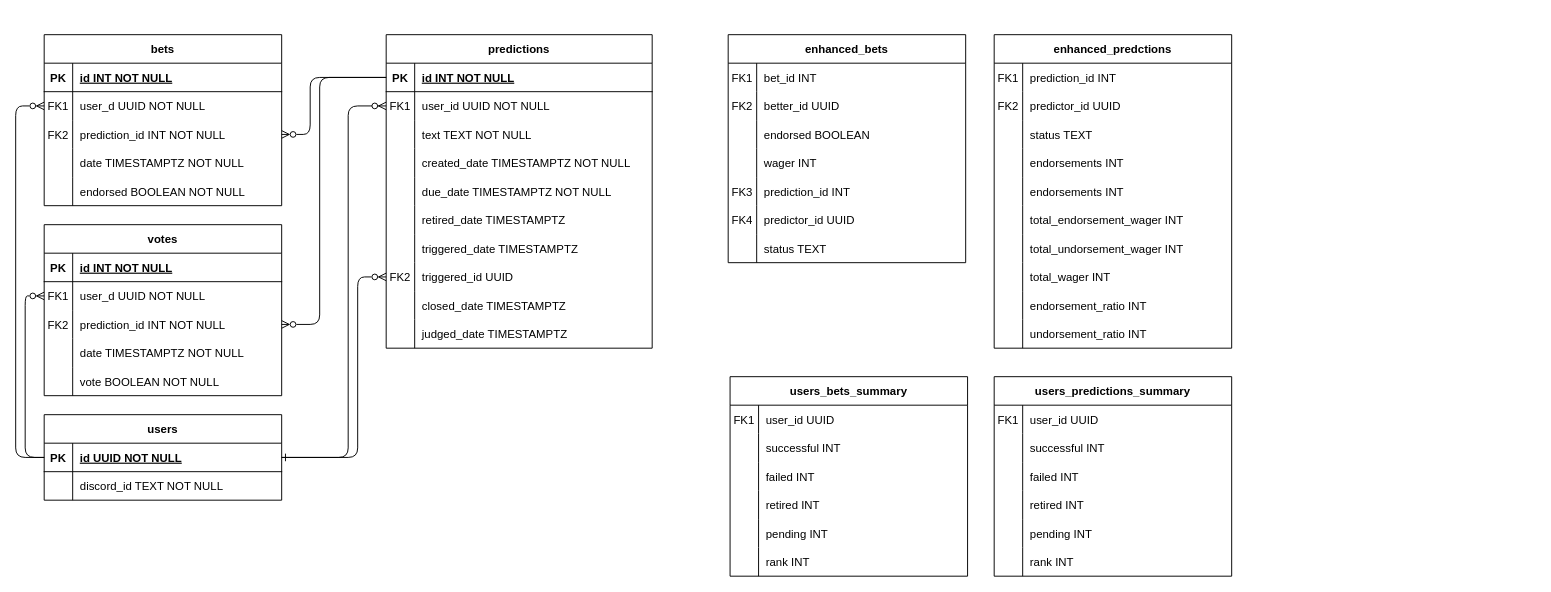
Earlier version of the draw.io diagram docs/erd.drawio (Off-Nominal/ndb2). Source tidied: cells renumbered, new cells numbered last; positions are measured from the earlier drawing's top-left corner, leaving out a move shared by most shapes. Both pictures are drawn from the tidied source at 95%, with x=0, y=0 at pixel (15, 34).
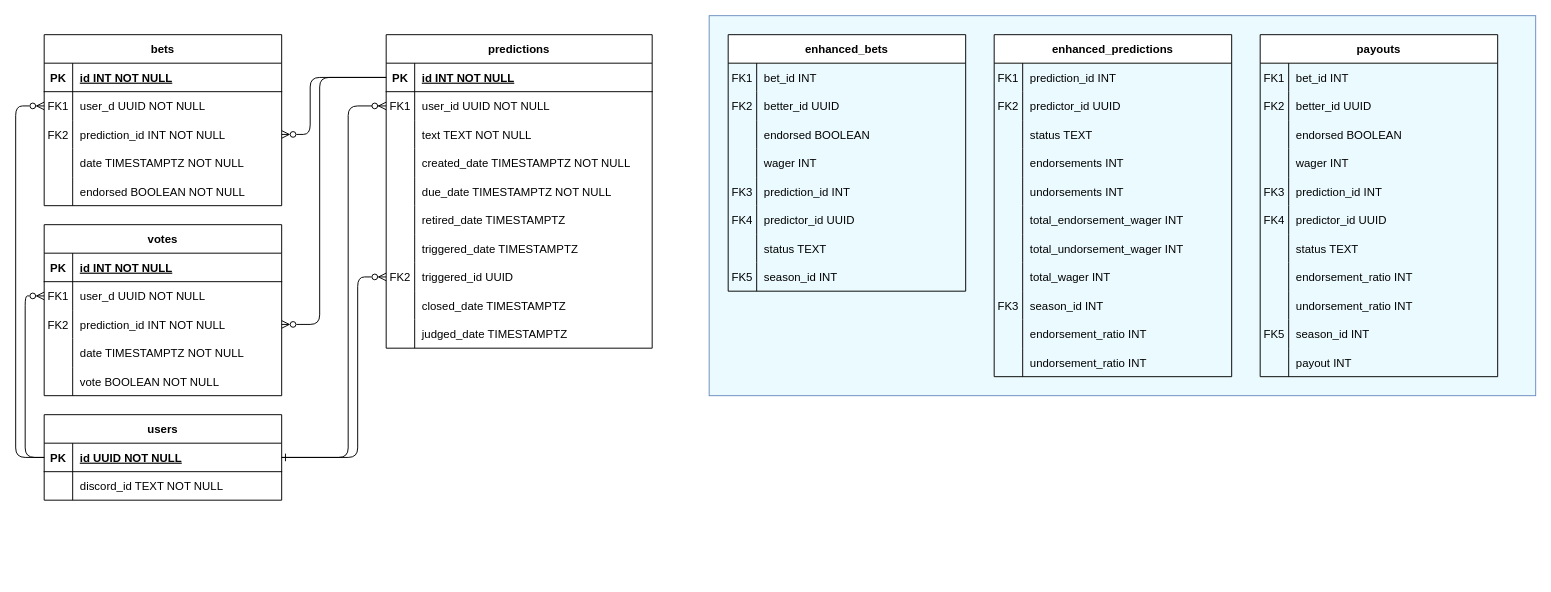
The same page after the edit.

Unchanged cells that the change refers to:
```xml
<mxCell id="113" style="shape=partialRectangle;fillColor=none;top=0;left=0;right=0;bottom=0;" parent="100" vertex="1">
  <mxGeometry y="150" width="250" height="30" as="geometry" />
</mxCell>
```

Diff of the diagram source:
```diff
@@
+    <mxCell id="169" style="rounded=0;whiteSpace=wrap;html=1;fillColor=#EBFAFF;strokeColor=#6c8ebf;" parent="1" vertex="1">
+      <mxGeometry x="730" y="-20" width="870" height="400" as="geometry" />
+    </mxCell>
@@
-    <mxCell id="78" value="enhanced_bets" style="shape=table;startSize=30;childLayout=tableLayout;rowLines=0;fontStyle=1;align=center;" parent="1" vertex="1">
-      <mxGeometry x="750" width="250" height="240" as="geometry" />
+    <mxCell id="78" value="enhanced_bets" style="shape=table;startSize=30;childLayout=tableLayout;rowLines=0;fontStyle=1;align=center;swimlaneLine=1;shadow=0;rounded=0;" parent="1" vertex="1">
+      <mxGeometry x="750" width="250" height="270" as="geometry" />
     </mxCell>
@@
+    <mxCell id="170" style="shape=partialRectangle;fillColor=none;top=0;left=0;right=0;bottom=0;" parent="78" vertex="1">
+      <mxGeometry y="240" width="250" height="30" as="geometry" />
+    </mxCell>
+    <mxCell id="171" value="FK5" style="shape=partialRectangle;overflow=hidden;fillColor=none;top=0;left=0;bottom=0;right=0;" parent="170" vertex="1">
+      <mxGeometry width="30" height="30" as="geometry" />
+    </mxCell>
+    <mxCell id="172" value="season_id INT" style="shape=partialRectangle;overflow=hidden;fillColor=none;top=0;left=0;bottom=0;right=0;align=left;spacingLeft=6;" parent="170" vertex="1">
+      <mxGeometry x="30" width="220" height="30" as="geometry" />
+    </mxCell>
-    <mxCell id="100" value="enhanced_predctions" style="shape=table;startSize=30;childLayout=tableLayout;rowLines=0;fontStyle=1;align=center;" parent="1" vertex="1">
-      <mxGeometry x="1030" width="250" height="330" as="geometry" />
+    <mxCell id="100" value="enhanced_predictions" style="shape=table;startSize=30;childLayout=tableLayout;rowLines=0;fontStyle=1;align=center;swimlaneLine=1;shadow=0;rounded=0;" parent="1" vertex="1">
+      <mxGeometry x="1030" width="250" height="360" as="geometry" />
     </mxCell>
@@
-    <mxCell id="115" value="endorsements INT" style="shape=partialRectangle;overflow=hidden;fillColor=none;top=0;left=0;bottom=0;right=0;align=left;spacingLeft=6;" parent="113" vertex="1">
+    <mxCell id="115" value="undorsements INT" style="shape=partialRectangle;overflow=hidden;fillColor=none;top=0;left=0;bottom=0;right=0;align=left;spacingLeft=6;" parent="113" vertex="1">
       <mxGeometry x="30" width="220" height="30" as="geometry" />
     </mxCell>
@@
+    <mxCell id="173" style="shape=partialRectangle;fillColor=none;top=0;left=0;right=0;bottom=0;" parent="100" vertex="1">
+      <mxGeometry y="270" width="250" height="30" as="geometry" />
+    </mxCell>
+    <mxCell id="174" value="FK3" style="shape=partialRectangle;overflow=hidden;fillColor=none;top=0;left=0;bottom=0;right=0;" parent="173" vertex="1">
+      <mxGeometry width="30" height="30" as="geometry" />
+    </mxCell>
+    <mxCell id="175" value="season_id INT" style="shape=partialRectangle;overflow=hidden;fillColor=none;top=0;left=0;bottom=0;right=0;align=left;spacingLeft=6;" parent="173" vertex="1">
+      <mxGeometry x="30" width="220" height="30" as="geometry" />
+    </mxCell>
     <mxCell id="125" style="shape=partialRectangle;fillColor=none;top=0;left=0;right=0;bottom=0;" parent="100" vertex="1">
-      <mxGeometry y="270" width="250" height="30" as="geometry" />
+      <mxGeometry y="300" width="250" height="30" as="geometry" />
     </mxCell>
@@
     <mxCell id="128" style="shape=partialRectangle;fillColor=none;top=0;left=0;right=0;bottom=0;" parent="100" vertex="1">
-      <mxGeometry y="300" width="250" height="30" as="geometry" />
+      <mxGeometry y="330" width="250" height="30" as="geometry" />
     </mxCell>
@@
-    <mxCell id="131" value="users_predictions_summary" style="shape=table;startSize=30;childLayout=tableLayout;rowLines=0;fontStyle=1;align=center;" parent="1" vertex="1">
-      <mxGeometry x="1030" y="360" width="250" height="210" as="geometry" />
-    </mxCell>
-    <mxCell id="132" style="shape=partialRectangle;fillColor=none;top=0;left=0;right=0;bottom=0;" parent="131" vertex="1">
-      <mxGeometry y="30" width="250" height="30" as="geometry" />
-    </mxCell>
-    <mxCell id="133" value="FK1" style="shape=partialRectangle;overflow=hidden;fillColor=none;top=0;left=0;bottom=0;right=0;" parent="132" vertex="1">
-      <mxGeometry width="30" height="30" as="geometry" />
-    </mxCell>
-    <mxCell id="134" value="user_id UUID" style="shape=partialRectangle;overflow=hidden;fillColor=none;top=0;left=0;bottom=0;right=0;align=left;spacingLeft=6;" parent="132" vertex="1">
-      <mxGeometry x="30" width="220" height="30" as="geometry" />
-    </mxCell>
-    <mxCell id="135" style="shape=partialRectangle;fillColor=none;top=0;left=0;right=0;bottom=0;" parent="131" vertex="1">
-      <mxGeometry y="60" width="250" height="30" as="geometry" />
-    </mxCell>
-    <mxCell id="136" style="shape=partialRectangle;overflow=hidden;fillColor=none;top=0;left=0;bottom=0;right=0;" parent="135" vertex="1">
-      <mxGeometry width="30" height="30" as="geometry" />
-    </mxCell>
-    <mxCell id="137" value="successful INT" style="shape=partialRectangle;overflow=hidden;fillColor=none;top=0;left=0;bottom=0;right=0;align=left;spacingLeft=6;" parent="135" vertex="1">
-      <mxGeometry x="30" width="220" height="30" as="geometry" />
-    </mxCell>
-    <mxCell id="138" style="shape=partialRectangle;fillColor=none;top=0;left=0;right=0;bottom=0;" parent="131" vertex="1">
-      <mxGeometry y="90" width="250" height="30" as="geometry" />
-    </mxCell>
-    <mxCell id="139" style="shape=partialRectangle;overflow=hidden;fillColor=none;top=0;left=0;bottom=0;right=0;" parent="138" vertex="1">
-      <mxGeometry width="30" height="30" as="geometry" />
-    </mxCell>
-    <mxCell id="140" value="failed INT" style="shape=partialRectangle;overflow=hidden;fillColor=none;top=0;left=0;bottom=0;right=0;align=left;spacingLeft=6;" parent="138" vertex="1">
-      <mxGeometry x="30" width="220" height="30" as="geometry" />
-    </mxCell>
-    <mxCell id="141" style="shape=partialRectangle;fillColor=none;top=0;left=0;right=0;bottom=0;" parent="131" vertex="1">
-      <mxGeometry y="120" width="250" height="30" as="geometry" />
-    </mxCell>
-    <mxCell id="142" style="shape=partialRectangle;overflow=hidden;fillColor=none;top=0;left=0;bottom=0;right=0;" parent="141" vertex="1">
-      <mxGeometry width="30" height="30" as="geometry" />
-    </mxCell>
-    <mxCell id="143" value="retired INT" style="shape=partialRectangle;overflow=hidden;fillColor=none;top=0;left=0;bottom=0;right=0;align=left;spacingLeft=6;" parent="141" vertex="1">
-      <mxGeometry x="30" width="220" height="30" as="geometry" />
-    </mxCell>
-    <mxCell id="144" style="shape=partialRectangle;fillColor=none;top=0;left=0;right=0;bottom=0;" parent="131" vertex="1">
-      <mxGeometry y="150" width="250" height="30" as="geometry" />
-    </mxCell>
-    <mxCell id="145" style="shape=partialRectangle;overflow=hidden;fillColor=none;top=0;left=0;bottom=0;right=0;" parent="144" vertex="1">
-      <mxGeometry width="30" height="30" as="geometry" />
-    </mxCell>
-    <mxCell id="146" value="pending INT" style="shape=partialRectangle;overflow=hidden;fillColor=none;top=0;left=0;bottom=0;right=0;align=left;spacingLeft=6;" parent="144" vertex="1">
-      <mxGeometry x="30" width="220" height="30" as="geometry" />
-    </mxCell>
-    <mxCell id="147" style="shape=partialRectangle;fillColor=none;top=0;left=0;right=0;bottom=0;" parent="131" vertex="1">
-      <mxGeometry y="180" width="250" height="30" as="geometry" />
-    </mxCell>
-    <mxCell id="148" style="shape=partialRectangle;overflow=hidden;fillColor=none;top=0;left=0;bottom=0;right=0;" parent="147" vertex="1">
-      <mxGeometry width="30" height="30" as="geometry" />
-    </mxCell>
-    <mxCell id="149" value="rank INT" style="shape=partialRectangle;overflow=hidden;fillColor=none;top=0;left=0;bottom=0;right=0;align=left;spacingLeft=6;" parent="147" vertex="1">
-      <mxGeometry x="30" width="220" height="30" as="geometry" />
-    </mxCell>
-    <mxCell id="150" value="users_bets_summary" style="shape=table;startSize=30;childLayout=tableLayout;rowLines=0;fontStyle=1;align=center;" parent="1" vertex="1">
-      <mxGeometry x="752" y="360" width="250" height="210" as="geometry" />
-    </mxCell>
-    <mxCell id="151" style="shape=partialRectangle;fillColor=none;top=0;left=0;right=0;bottom=0;" parent="150" vertex="1">
-      <mxGeometry y="30" width="250" height="30" as="geometry" />
-    </mxCell>
-    <mxCell id="152" value="FK1" style="shape=partialRectangle;overflow=hidden;fillColor=none;top=0;left=0;bottom=0;right=0;" parent="151" vertex="1">
-      <mxGeometry width="30" height="30" as="geometry" />
-    </mxCell>
-    <mxCell id="153" value="user_id UUID" style="shape=partialRectangle;overflow=hidden;fillColor=none;top=0;left=0;bottom=0;right=0;align=left;spacingLeft=6;" parent="151" vertex="1">
-      <mxGeometry x="30" width="220" height="30" as="geometry" />
-    </mxCell>
-    <mxCell id="154" style="shape=partialRectangle;fillColor=none;top=0;left=0;right=0;bottom=0;" parent="150" vertex="1">
-      <mxGeometry y="60" width="250" height="30" as="geometry" />
-    </mxCell>
-    <mxCell id="155" style="shape=partialRectangle;overflow=hidden;fillColor=none;top=0;left=0;bottom=0;right=0;" parent="154" vertex="1">
-      <mxGeometry width="30" height="30" as="geometry" />
-    </mxCell>
-    <mxCell id="156" value="successful INT" style="shape=partialRectangle;overflow=hidden;fillColor=none;top=0;left=0;bottom=0;right=0;align=left;spacingLeft=6;" parent="154" vertex="1">
-      <mxGeometry x="30" width="220" height="30" as="geometry" />
-    </mxCell>
-    <mxCell id="157" style="shape=partialRectangle;fillColor=none;top=0;left=0;right=0;bottom=0;" parent="150" vertex="1">
-      <mxGeometry y="90" width="250" height="30" as="geometry" />
-    </mxCell>
-    <mxCell id="158" style="shape=partialRectangle;overflow=hidden;fillColor=none;top=0;left=0;bottom=0;right=0;" parent="157" vertex="1">
-      <mxGeometry width="30" height="30" as="geometry" />
-    </mxCell>
-    <mxCell id="159" value="failed INT" style="shape=partialRectangle;overflow=hidden;fillColor=none;top=0;left=0;bottom=0;right=0;align=left;spacingLeft=6;" parent="157" vertex="1">
-      <mxGeometry x="30" width="220" height="30" as="geometry" />
-    </mxCell>
-    <mxCell id="160" style="shape=partialRectangle;fillColor=none;top=0;left=0;right=0;bottom=0;" parent="150" vertex="1">
-      <mxGeometry y="120" width="250" height="30" as="geometry" />
-    </mxCell>
-    <mxCell id="161" style="shape=partialRectangle;overflow=hidden;fillColor=none;top=0;left=0;bottom=0;right=0;" parent="160" vertex="1">
-      <mxGeometry width="30" height="30" as="geometry" />
-    </mxCell>
-    <mxCell id="162" value="retired INT" style="shape=partialRectangle;overflow=hidden;fillColor=none;top=0;left=0;bottom=0;right=0;align=left;spacingLeft=6;" parent="160" vertex="1">
-      <mxGeometry x="30" width="220" height="30" as="geometry" />
-    </mxCell>
-    <mxCell id="163" style="shape=partialRectangle;fillColor=none;top=0;left=0;right=0;bottom=0;" parent="150" vertex="1">
-      <mxGeometry y="150" width="250" height="30" as="geometry" />
-    </mxCell>
-    <mxCell id="164" style="shape=partialRectangle;overflow=hidden;fillColor=none;top=0;left=0;bottom=0;right=0;" parent="163" vertex="1">
-      <mxGeometry width="30" height="30" as="geometry" />
-    </mxCell>
-    <mxCell id="165" value="pending INT" style="shape=partialRectangle;overflow=hidden;fillColor=none;top=0;left=0;bottom=0;right=0;align=left;spacingLeft=6;" parent="163" vertex="1">
-      <mxGeometry x="30" width="220" height="30" as="geometry" />
-    </mxCell>
-    <mxCell id="166" style="shape=partialRectangle;fillColor=none;top=0;left=0;right=0;bottom=0;" parent="150" vertex="1">
-      <mxGeometry y="180" width="250" height="30" as="geometry" />
-    </mxCell>
-    <mxCell id="167" style="shape=partialRectangle;overflow=hidden;fillColor=none;top=0;left=0;bottom=0;right=0;" parent="166" vertex="1">
-      <mxGeometry width="30" height="30" as="geometry" />
-    </mxCell>
-    <mxCell id="168" value="rank INT" style="shape=partialRectangle;overflow=hidden;fillColor=none;top=0;left=0;bottom=0;right=0;align=left;spacingLeft=6;" parent="166" vertex="1">
-      <mxGeometry x="30" width="220" height="30" as="geometry" />
-    </mxCell>
+    <mxCell id="176" value="payouts" style="shape=table;startSize=30;childLayout=tableLayout;rowLines=0;fontStyle=1;align=center;swimlaneLine=1;shadow=0;rounded=0;" parent="1" vertex="1">
+      <mxGeometry x="1310" width="250" height="360" as="geometry" />
+    </mxCell>
+    <mxCell id="177" style="shape=partialRectangle;fillColor=none;top=0;left=0;right=0;bottom=0;" parent="176" vertex="1">
+      <mxGeometry y="30" width="250" height="30" as="geometry" />
+    </mxCell>
+    <mxCell id="178" value="FK1" style="shape=partialRectangle;overflow=hidden;fillColor=none;top=0;left=0;bottom=0;right=0;" parent="177" vertex="1">
+      <mxGeometry width="30" height="30" as="geometry" />
+    </mxCell>
+    <mxCell id="179" value="bet_id INT" style="shape=partialRectangle;overflow=hidden;fillColor=none;top=0;left=0;bottom=0;right=0;align=left;spacingLeft=6;" parent="177" vertex="1">
+      <mxGeometry x="30" width="220" height="30" as="geometry" />
+    </mxCell>
+    <mxCell id="180" style="shape=partialRectangle;fillColor=none;top=0;left=0;right=0;bottom=0;" parent="176" vertex="1">
+      <mxGeometry y="60" width="250" height="30" as="geometry" />
+    </mxCell>
+    <mxCell id="181" value="FK2" style="shape=partialRectangle;overflow=hidden;fillColor=none;top=0;left=0;bottom=0;right=0;" parent="180" vertex="1">
+      <mxGeometry width="30" height="30" as="geometry" />
+    </mxCell>
+    <mxCell id="182" value="better_id UUID" style="shape=partialRectangle;overflow=hidden;fillColor=none;top=0;left=0;bottom=0;right=0;align=left;spacingLeft=6;" parent="180" vertex="1">
+      <mxGeometry x="30" width="220" height="30" as="geometry" />
+    </mxCell>
+    <mxCell id="183" style="shape=partialRectangle;fillColor=none;top=0;left=0;right=0;bottom=0;" parent="176" vertex="1">
+      <mxGeometry y="90" width="250" height="30" as="geometry" />
+    </mxCell>
+    <mxCell id="184" style="shape=partialRectangle;overflow=hidden;fillColor=none;top=0;left=0;bottom=0;right=0;" parent="183" vertex="1">
+      <mxGeometry width="30" height="30" as="geometry" />
+    </mxCell>
+    <mxCell id="185" value="endorsed BOOLEAN" style="shape=partialRectangle;overflow=hidden;fillColor=none;top=0;left=0;bottom=0;right=0;align=left;spacingLeft=6;" parent="183" vertex="1">
+      <mxGeometry x="30" width="220" height="30" as="geometry" />
+    </mxCell>
+    <mxCell id="186" style="shape=partialRectangle;fillColor=none;top=0;left=0;right=0;bottom=0;" parent="176" vertex="1">
+      <mxGeometry y="120" width="250" height="30" as="geometry" />
+    </mxCell>
+    <mxCell id="187" style="shape=partialRectangle;overflow=hidden;fillColor=none;top=0;left=0;bottom=0;right=0;" parent="186" vertex="1">
+      <mxGeometry width="30" height="30" as="geometry" />
+    </mxCell>
+    <mxCell id="188" value="wager INT" style="shape=partialRectangle;overflow=hidden;fillColor=none;top=0;left=0;bottom=0;right=0;align=left;spacingLeft=6;" parent="186" vertex="1">
+      <mxGeometry x="30" width="220" height="30" as="geometry" />
+    </mxCell>
+    <mxCell id="189" style="shape=partialRectangle;fillColor=none;top=0;left=0;right=0;bottom=0;" parent="176" vertex="1">
+      <mxGeometry y="150" width="250" height="30" as="geometry" />
+    </mxCell>
+    <mxCell id="190" value="FK3" style="shape=partialRectangle;overflow=hidden;fillColor=none;top=0;left=0;bottom=0;right=0;" parent="189" vertex="1">
+      <mxGeometry width="30" height="30" as="geometry" />
+    </mxCell>
+    <mxCell id="191" value="prediction_id INT" style="shape=partialRectangle;overflow=hidden;fillColor=none;top=0;left=0;bottom=0;right=0;align=left;spacingLeft=6;" parent="189" vertex="1">
+      <mxGeometry x="30" width="220" height="30" as="geometry" />
+    </mxCell>
+    <mxCell id="192" style="shape=partialRectangle;fillColor=none;top=0;left=0;right=0;bottom=0;" parent="176" vertex="1">
+      <mxGeometry y="180" width="250" height="30" as="geometry" />
+    </mxCell>
+    <mxCell id="193" value="FK4" style="shape=partialRectangle;overflow=hidden;fillColor=none;top=0;left=0;bottom=0;right=0;" parent="192" vertex="1">
+      <mxGeometry width="30" height="30" as="geometry" />
+    </mxCell>
+    <mxCell id="194" value="predictor_id UUID" style="shape=partialRectangle;overflow=hidden;fillColor=none;top=0;left=0;bottom=0;right=0;align=left;spacingLeft=6;" parent="192" vertex="1">
+      <mxGeometry x="30" width="220" height="30" as="geometry" />
+    </mxCell>
+    <mxCell id="195" style="shape=partialRectangle;fillColor=none;top=0;left=0;right=0;bottom=0;" parent="176" vertex="1">
+      <mxGeometry y="210" width="250" height="30" as="geometry" />
+    </mxCell>
+    <mxCell id="196" style="shape=partialRectangle;overflow=hidden;fillColor=none;top=0;left=0;bottom=0;right=0;" parent="195" vertex="1">
+      <mxGeometry width="30" height="30" as="geometry" />
+    </mxCell>
+    <mxCell id="197" value="status TEXT" style="shape=partialRectangle;overflow=hidden;fillColor=none;top=0;left=0;bottom=0;right=0;align=left;spacingLeft=6;" parent="195" vertex="1">
+      <mxGeometry x="30" width="220" height="30" as="geometry" />
+    </mxCell>
+    <mxCell id="198" style="shape=partialRectangle;fillColor=none;top=0;left=0;right=0;bottom=0;" parent="176" vertex="1">
+      <mxGeometry y="240" width="250" height="30" as="geometry" />
+    </mxCell>
+    <mxCell id="199" style="shape=partialRectangle;overflow=hidden;fillColor=none;top=0;left=0;bottom=0;right=0;" parent="198" vertex="1">
+      <mxGeometry width="30" height="30" as="geometry" />
+    </mxCell>
+    <mxCell id="200" value="endorsement_ratio INT" style="shape=partialRectangle;overflow=hidden;fillColor=none;top=0;left=0;bottom=0;right=0;align=left;spacingLeft=6;" parent="198" vertex="1">
+      <mxGeometry x="30" width="220" height="30" as="geometry" />
+    </mxCell>
+    <mxCell id="201" style="shape=partialRectangle;fillColor=none;top=0;left=0;right=0;bottom=0;" parent="176" vertex="1">
+      <mxGeometry y="270" width="250" height="30" as="geometry" />
+    </mxCell>
+    <mxCell id="202" style="shape=partialRectangle;overflow=hidden;fillColor=none;top=0;left=0;bottom=0;right=0;" parent="201" vertex="1">
+      <mxGeometry width="30" height="30" as="geometry" />
+    </mxCell>
+    <mxCell id="203" value="undorsement_ratio INT" style="shape=partialRectangle;overflow=hidden;fillColor=none;top=0;left=0;bottom=0;right=0;align=left;spacingLeft=6;" parent="201" vertex="1">
+      <mxGeometry x="30" width="220" height="30" as="geometry" />
+    </mxCell>
+    <mxCell id="204" style="shape=partialRectangle;fillColor=none;top=0;left=0;right=0;bottom=0;" parent="176" vertex="1">
+      <mxGeometry y="300" width="250" height="30" as="geometry" />
+    </mxCell>
+    <mxCell id="205" value="FK5" style="shape=partialRectangle;overflow=hidden;fillColor=none;top=0;left=0;bottom=0;right=0;" parent="204" vertex="1">
+      <mxGeometry width="30" height="30" as="geometry" />
+    </mxCell>
+    <mxCell id="206" value="season_id INT" style="shape=partialRectangle;overflow=hidden;fillColor=none;top=0;left=0;bottom=0;right=0;align=left;spacingLeft=6;" parent="204" vertex="1">
+      <mxGeometry x="30" width="220" height="30" as="geometry" />
+    </mxCell>
+    <mxCell id="207" style="shape=partialRectangle;fillColor=none;top=0;left=0;right=0;bottom=0;" parent="176" vertex="1">
+      <mxGeometry y="330" width="250" height="30" as="geometry" />
+    </mxCell>
+    <mxCell id="208" style="shape=partialRectangle;overflow=hidden;fillColor=none;top=0;left=0;bottom=0;right=0;" parent="207" vertex="1">
+      <mxGeometry width="30" height="30" as="geometry" />
+    </mxCell>
+    <mxCell id="209" value="payout INT" style="shape=partialRectangle;overflow=hidden;fillColor=none;top=0;left=0;bottom=0;right=0;align=left;spacingLeft=6;" parent="207" vertex="1">
+      <mxGeometry x="30" width="220" height="30" as="geometry" />
+    </mxCell>
```
